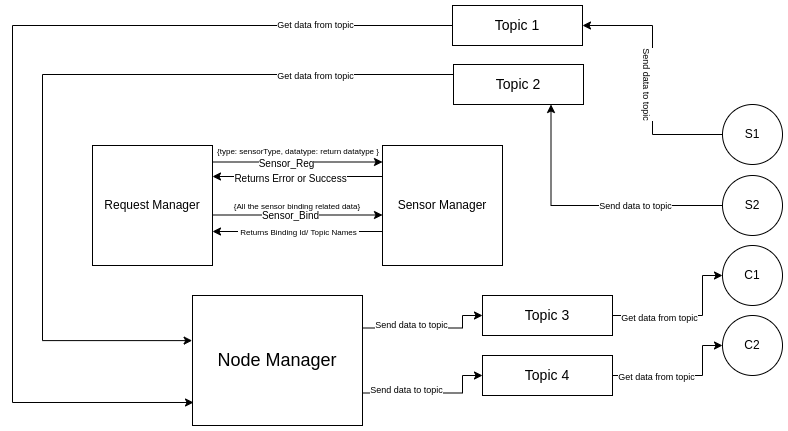
Above: Diagram/Communication_Diagam.png in shreyash53/MLOPS-Distributed-Platform (draw.io), before the change. Source tidied: cells renumbered, new cells last; positions are measured from the earlier drawing's top-left corner, leaving out a move shared by most shapes. The source it was exported from:
```xml
<mxGraphModel>
  <root>
    <mxCell id="0" />
    <mxCell id="1" parent="0" />
    <mxCell id="2" style="edgeStyle=orthogonalEdgeStyle;rounded=0;orthogonalLoop=1;jettySize=auto;html=1;entryX=1;entryY=0.5;entryDx=0;entryDy=0;fontSize=8;" parent="1" edge="1">
      <mxGeometry relative="1" as="geometry">
        <mxPoint x="370" y="171" as="sourcePoint" />
        <mxPoint x="200" y="171" as="targetPoint" />
      </mxGeometry>
    </mxCell>
    <mxCell id="3" value="&lt;font style=&quot;font-size: 10px&quot;&gt;Returns Error or Success&lt;/font&gt;" style="edgeLabel;html=1;align=center;verticalAlign=middle;fontSize=8;" parent="2" vertex="1">
      <mxGeometry x="0.09" y="1" relative="1" as="geometry" />
    </mxCell>
    <mxCell id="4" style="edgeStyle=orthogonalEdgeStyle;rounded=0;orthogonalLoop=1;jettySize=auto;html=1;entryX=1;entryY=0.5;entryDx=0;entryDy=0;fontSize=8;" parent="1" edge="1">
      <mxGeometry relative="1" as="geometry">
        <mxPoint x="370" y="226" as="sourcePoint" />
        <mxPoint x="200" y="226" as="targetPoint" />
      </mxGeometry>
    </mxCell>
    <mxCell id="5" value="&lt;font style=&quot;font-size: 8px&quot;&gt;&lt;font&gt;&amp;nbsp;Returns Binding Id/ Topic Names&lt;/font&gt;&amp;nbsp;&lt;/font&gt;" style="edgeLabel;html=1;align=center;verticalAlign=middle;fontSize=8;" parent="4" vertex="1">
      <mxGeometry x="0.31" y="2" relative="1" as="geometry">
        <mxPoint x="27" y="-2" as="offset" />
      </mxGeometry>
    </mxCell>
    <mxCell id="6" value="Sensor Manager" style="rounded=0;whiteSpace=wrap;html=1;" parent="1" vertex="1">
      <mxGeometry x="370" y="140" width="120" height="120" as="geometry" />
    </mxCell>
    <mxCell id="7" style="edgeStyle=orthogonalEdgeStyle;rounded=0;orthogonalLoop=1;jettySize=auto;html=1;exitX=1;exitY=0.25;exitDx=0;exitDy=0;entryX=0;entryY=0.25;entryDx=0;entryDy=0;" parent="1" edge="1">
      <mxGeometry relative="1" as="geometry">
        <mxPoint x="200" y="156.5" as="sourcePoint" />
        <mxPoint x="370" y="156.5" as="targetPoint" />
      </mxGeometry>
    </mxCell>
    <mxCell id="8" value="&lt;font style=&quot;font-size: 10px&quot;&gt;Sensor_Reg&lt;/font&gt;" style="edgeLabel;html=1;align=center;verticalAlign=middle;" parent="7" vertex="1">
      <mxGeometry x="-0.14" relative="1" as="geometry">
        <mxPoint y="1" as="offset" />
      </mxGeometry>
    </mxCell>
    <mxCell id="9" style="edgeStyle=orthogonalEdgeStyle;rounded=0;orthogonalLoop=1;jettySize=auto;html=1;exitX=1;exitY=0.25;exitDx=0;exitDy=0;entryX=0;entryY=0.25;entryDx=0;entryDy=0;fontSize=10;" parent="1" edge="1">
      <mxGeometry relative="1" as="geometry">
        <mxPoint x="200" y="209.5" as="sourcePoint" />
        <mxPoint x="370" y="209.5" as="targetPoint" />
      </mxGeometry>
    </mxCell>
    <mxCell id="10" value="Sensor_Bind" style="edgeLabel;html=1;align=center;verticalAlign=middle;fontSize=10;" parent="9" vertex="1">
      <mxGeometry x="-0.09" relative="1" as="geometry" />
    </mxCell>
    <mxCell id="11" value="Request Manager" style="rounded=0;whiteSpace=wrap;html=1;" parent="1" vertex="1">
      <mxGeometry x="80" y="140" width="120" height="120" as="geometry" />
    </mxCell>
    <mxCell id="12" style="edgeStyle=orthogonalEdgeStyle;rounded=0;jettySize=auto;html=1;entryX=0.75;entryY=1;entryDx=0;entryDy=0;fontSize=8;" parent="1" edge="1" source="13" target="26">
      <mxGeometry relative="1" as="geometry" />
    </mxCell>
    <mxCell id="13" value="S2" style="ellipse;whiteSpace=wrap;html=1;" parent="1" vertex="1">
      <mxGeometry x="710" y="170" width="60" height="60" as="geometry" />
    </mxCell>
    <mxCell id="14" style="edgeStyle=orthogonalEdgeStyle;rounded=0;jettySize=auto;html=1;entryX=1;entryY=0.5;entryDx=0;entryDy=0;fontSize=8;" parent="1" edge="1" source="16" target="23">
      <mxGeometry relative="1" as="geometry" />
    </mxCell>
    <mxCell id="15" value="&lt;font style=&quot;font-size: 9px&quot;&gt;Send data to topic&lt;/font&gt;" style="edgeLabel;html=1;align=center;verticalAlign=middle;fontSize=18;rotation=90;" parent="14" vertex="1">
      <mxGeometry x="-0.18" y="2" relative="1" as="geometry">
        <mxPoint y="-19" as="offset" />
      </mxGeometry>
    </mxCell>
    <mxCell id="16" value="S1" style="ellipse;whiteSpace=wrap;html=1;" parent="1" vertex="1">
      <mxGeometry x="710" y="99" width="60" height="60" as="geometry" />
    </mxCell>
    <mxCell id="17" value="C1" style="ellipse;whiteSpace=wrap;html=1;" parent="1" vertex="1">
      <mxGeometry x="710" y="240" width="60" height="60" as="geometry" />
    </mxCell>
    <mxCell id="18" value="C2" style="ellipse;whiteSpace=wrap;html=1;" parent="1" vertex="1">
      <mxGeometry x="710" y="310" width="60" height="60" as="geometry" />
    </mxCell>
    <mxCell id="19" value="&lt;font style=&quot;font-size: 8px&quot;&gt;{type: sensorType, datatype: return datatype }&lt;/font&gt;" style="text;html=1;strokeColor=none;fillColor=none;align=center;verticalAlign=middle;whiteSpace=wrap;rounded=0;fontSize=12;" parent="1" vertex="1">
      <mxGeometry x="196" y="130" width="180" height="30" as="geometry" />
    </mxCell>
    <mxCell id="20" value="&lt;font style=&quot;font-size: 8px&quot;&gt;{All the sensor binding related data}&lt;/font&gt;" style="text;html=1;strokeColor=none;fillColor=none;align=center;verticalAlign=middle;whiteSpace=wrap;rounded=0;fontSize=10;" parent="1" vertex="1">
      <mxGeometry x="200" y="185" width="170" height="30" as="geometry" />
    </mxCell>
    <mxCell id="21" style="edgeStyle=orthogonalEdgeStyle;rounded=0;jettySize=auto;html=1;exitX=0;exitY=0.5;exitDx=0;exitDy=0;entryX=0.006;entryY=0.823;entryDx=0;entryDy=0;entryPerimeter=0;fontSize=9;" parent="1" edge="1" source="23" target="37">
      <mxGeometry relative="1" as="geometry">
        <Array as="points">
          <mxPoint y="20" />
          <mxPoint y="397" />
        </Array>
      </mxGeometry>
    </mxCell>
    <mxCell id="22" value="Get data from topic" style="edgeLabel;html=1;align=center;verticalAlign=middle;fontSize=9;" parent="21" vertex="1">
      <mxGeometry x="-0.77" y="-1" relative="1" as="geometry">
        <mxPoint x="-25" as="offset" />
      </mxGeometry>
    </mxCell>
    <mxCell id="23" value="&lt;font style=&quot;font-size: 14px&quot;&gt;Topic 1&lt;/font&gt;" style="rounded=0;whiteSpace=wrap;html=1;fontSize=8;" parent="1" vertex="1">
      <mxGeometry x="440" width="130" height="40" as="geometry" />
    </mxCell>
    <mxCell id="24" style="edgeStyle=orthogonalEdgeStyle;rounded=0;jettySize=auto;html=1;exitX=0;exitY=0.25;exitDx=0;exitDy=0;entryX=-0.002;entryY=0.347;entryDx=0;entryDy=0;entryPerimeter=0;fontSize=9;" parent="1" edge="1" source="26" target="37">
      <mxGeometry relative="1" as="geometry">
        <Array as="points">
          <mxPoint x="30" y="69" />
          <mxPoint x="30" y="335" />
        </Array>
      </mxGeometry>
    </mxCell>
    <mxCell id="25" value="Get data from topic" style="edgeLabel;html=1;align=center;verticalAlign=middle;fontSize=9;" parent="24" vertex="1">
      <mxGeometry x="-0.71" y="1" relative="1" as="geometry">
        <mxPoint x="-18" as="offset" />
      </mxGeometry>
    </mxCell>
    <mxCell id="26" value="&lt;font style=&quot;font-size: 14px&quot;&gt;Topic 2&lt;/font&gt;" style="rounded=0;whiteSpace=wrap;html=1;fontSize=8;" parent="1" vertex="1">
      <mxGeometry x="441" y="59" width="130" height="40" as="geometry" />
    </mxCell>
    <mxCell id="27" style="edgeStyle=orthogonalEdgeStyle;rounded=0;jettySize=auto;html=1;exitX=1;exitY=0.5;exitDx=0;exitDy=0;entryX=0;entryY=0.5;entryDx=0;entryDy=0;fontSize=14;" parent="1" edge="1" source="29" target="18">
      <mxGeometry relative="1" as="geometry">
        <Array as="points">
          <mxPoint x="690" y="370" />
          <mxPoint x="690" y="340" />
        </Array>
      </mxGeometry>
    </mxCell>
    <mxCell id="28" value="Get data from topic" style="edgeLabel;html=1;align=center;verticalAlign=middle;fontSize=9;" parent="27" vertex="1">
      <mxGeometry x="-0.27" y="-1" relative="1" as="geometry">
        <mxPoint x="-8" as="offset" />
      </mxGeometry>
    </mxCell>
    <mxCell id="29" value="&lt;font style=&quot;font-size: 14px&quot;&gt;Topic 4&lt;/font&gt;" style="rounded=0;whiteSpace=wrap;html=1;fontSize=8;" parent="1" vertex="1">
      <mxGeometry x="470" y="350" width="130" height="40" as="geometry" />
    </mxCell>
    <mxCell id="30" style="edgeStyle=orthogonalEdgeStyle;rounded=0;jettySize=auto;html=1;entryX=0;entryY=0.5;entryDx=0;entryDy=0;fontSize=14;" parent="1" edge="1" source="31" target="17">
      <mxGeometry relative="1" as="geometry">
        <Array as="points">
          <mxPoint x="690" y="310" />
          <mxPoint x="690" y="270" />
        </Array>
      </mxGeometry>
    </mxCell>
    <mxCell id="31" value="&lt;font style=&quot;font-size: 14px&quot;&gt;Topic 3&lt;/font&gt;" style="rounded=0;whiteSpace=wrap;html=1;fontSize=8;" parent="1" vertex="1">
      <mxGeometry x="470" y="290" width="130" height="40" as="geometry" />
    </mxCell>
    <mxCell id="32" style="edgeStyle=orthogonalEdgeStyle;rounded=0;orthogonalLoop=1;jettySize=auto;html=1;exitX=1;exitY=0.25;exitDx=0;exitDy=0;fontSize=18;" parent="1" edge="1">
      <mxGeometry relative="1" as="geometry">
        <mxPoint x="350" y="322.5" as="sourcePoint" />
        <mxPoint x="470" y="310" as="targetPoint" />
        <Array as="points">
          <mxPoint x="450" y="323" />
          <mxPoint x="450" y="310" />
        </Array>
      </mxGeometry>
    </mxCell>
    <mxCell id="33" value="&lt;span style=&quot;color: rgba(0 , 0 , 0 , 0) ; font-family: monospace ; font-size: 0px ; background-color: rgb(248 , 249 , 250)&quot;&gt;%3CmxGraphModel%3E%3Croot%3E%3CmxCell%20id%3D%220%22%2F%3E%3CmxCell%20id%3D%221%22%20parent%3D%220%22%2F%3E%3CmxCell%20id%3D%222%22%20value%3D%22%26lt%3Bspan%20style%3D%26quot%3Bfont-size%3A%209px%26quot%3B%26gt%3BSend%20data%20to%20topic%26lt%3B%2Fspan%26gt%3B%22%20style%3D%22edgeLabel%3Bhtml%3D1%3Balign%3Dcenter%3BverticalAlign%3Dmiddle%3Bresizable%3D0%3Bpoints%3D%5B%5D%3BfontSize%3D18%3Brotation%3D0%3B%22%20vertex%3D%221%22%20connectable%3D%220%22%20parent%3D%221%22%3E%3CmxGeometry%20x%3D%22632.9999999999998%22%20y%3D%22227.99882352941182%22%20as%3D%22geometry%22%2F%3E%3C%2FmxCell%3E%3C%2Froot%3E%3C%2FmxGraphModel%3E&lt;/span&gt;" style="edgeLabel;html=1;align=center;verticalAlign=middle;fontSize=9;" parent="32" vertex="1">
      <mxGeometry x="-0.55" y="-1" relative="1" as="geometry" />
    </mxCell>
    <mxCell id="34" value="Send data to topic" style="edgeLabel;html=1;align=center;verticalAlign=middle;fontSize=9;" parent="32" vertex="1">
      <mxGeometry x="-0.37" y="4" relative="1" as="geometry">
        <mxPoint x="6" y="1" as="offset" />
      </mxGeometry>
    </mxCell>
    <mxCell id="35" style="edgeStyle=orthogonalEdgeStyle;rounded=0;jettySize=auto;html=1;exitX=1;exitY=0.75;exitDx=0;exitDy=0;entryX=0;entryY=0.5;entryDx=0;entryDy=0;fontSize=18;" parent="1" edge="1" source="37" target="29">
      <mxGeometry relative="1" as="geometry">
        <Array as="points">
          <mxPoint x="450" y="388" />
          <mxPoint x="450" y="370" />
        </Array>
      </mxGeometry>
    </mxCell>
    <mxCell id="36" value="Send data to topic" style="edgeLabel;html=1;align=center;verticalAlign=middle;fontSize=9;" parent="35" vertex="1">
      <mxGeometry x="-0.56" y="4" relative="1" as="geometry">
        <mxPoint x="13" y="1" as="offset" />
      </mxGeometry>
    </mxCell>
    <mxCell id="37" value="&lt;font style=&quot;font-size: 18px&quot;&gt;Node Manager&lt;/font&gt;" style="rounded=0;whiteSpace=wrap;html=1;fontSize=14;" parent="1" vertex="1">
      <mxGeometry x="180" y="290" width="170" height="130" as="geometry" />
    </mxCell>
    <mxCell id="38" value="&lt;span style=&quot;font-size: 9px&quot;&gt;Send data to topic&lt;/span&gt;" style="edgeLabel;html=1;align=center;verticalAlign=middle;fontSize=18;rotation=0;" parent="1" vertex="1">
      <mxGeometry x="623" y="198" as="geometry" />
    </mxCell>
    <mxCell id="39" value="&lt;span style=&quot;font-size: 9px&quot;&gt;Get data from topic&lt;/span&gt;" style="edgeLabel;html=1;align=center;verticalAlign=middle;fontSize=18;rotation=0;" parent="1" vertex="1">
      <mxGeometry x="647" y="310" as="geometry" />
    </mxCell>
  </root>
</mxGraphModel>
```
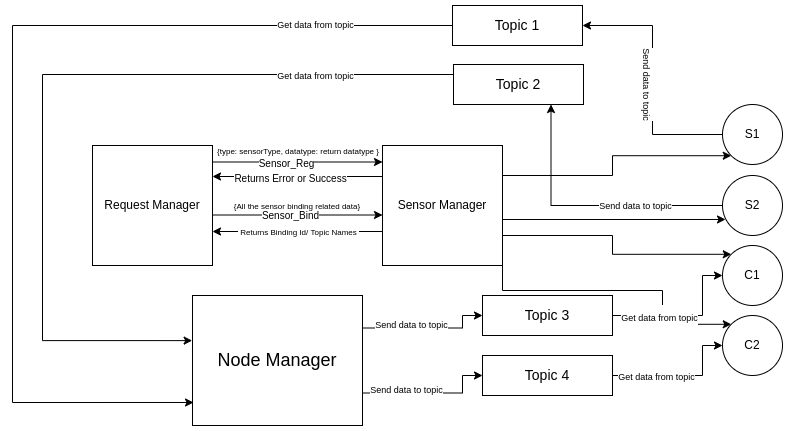
After the change.

The edit, as a diff of the source:
```diff
@@ -22,6 +22,28 @@
         <mxPoint x="27" y="-2" as="offset" />
       </mxGeometry>
     </mxCell>
+    <mxCell id="40" style="edgeStyle=orthogonalEdgeStyle;rounded=0;jettySize=auto;html=1;exitX=1;exitY=0.25;exitDx=0;exitDy=0;entryX=0;entryY=1;entryDx=0;entryDy=0;fontSize=9;" parent="1" edge="1" source="6" target="16">
+      <mxGeometry relative="1" as="geometry" />
+    </mxCell>
+    <mxCell id="41" style="edgeStyle=orthogonalEdgeStyle;rounded=0;jettySize=auto;html=1;exitX=1;exitY=0.5;exitDx=0;exitDy=0;entryX=0.05;entryY=0.733;entryDx=0;entryDy=0;entryPerimeter=0;fontSize=9;" parent="1" edge="1" source="6" target="13">
+      <mxGeometry relative="1" as="geometry">
+        <Array as="points">
+          <mxPoint x="490" y="214" />
+        </Array>
+      </mxGeometry>
+    </mxCell>
+    <mxCell id="42" style="edgeStyle=orthogonalEdgeStyle;rounded=0;jettySize=auto;html=1;exitX=1;exitY=0.75;exitDx=0;exitDy=0;entryX=0;entryY=0;entryDx=0;entryDy=0;fontSize=9;" parent="1" edge="1" source="6" target="17">
+      <mxGeometry relative="1" as="geometry" />
+    </mxCell>
+    <mxCell id="43" style="edgeStyle=orthogonalEdgeStyle;rounded=0;jettySize=auto;html=1;exitX=1;exitY=1;exitDx=0;exitDy=0;entryX=0;entryY=0;entryDx=0;entryDy=0;fontSize=9;" parent="1" edge="1" source="6" target="18">
+      <mxGeometry relative="1" as="geometry">
+        <Array as="points">
+          <mxPoint x="490" y="285" />
+          <mxPoint x="650" y="285" />
+          <mxPoint x="650" y="319" />
+        </Array>
+      </mxGeometry>
+    </mxCell>
     <mxCell id="6" value="Sensor Manager" style="rounded=0;whiteSpace=wrap;html=1;" parent="1" vertex="1">
       <mxGeometry x="370" y="140" width="120" height="120" as="geometry" />
     </mxCell>
```
